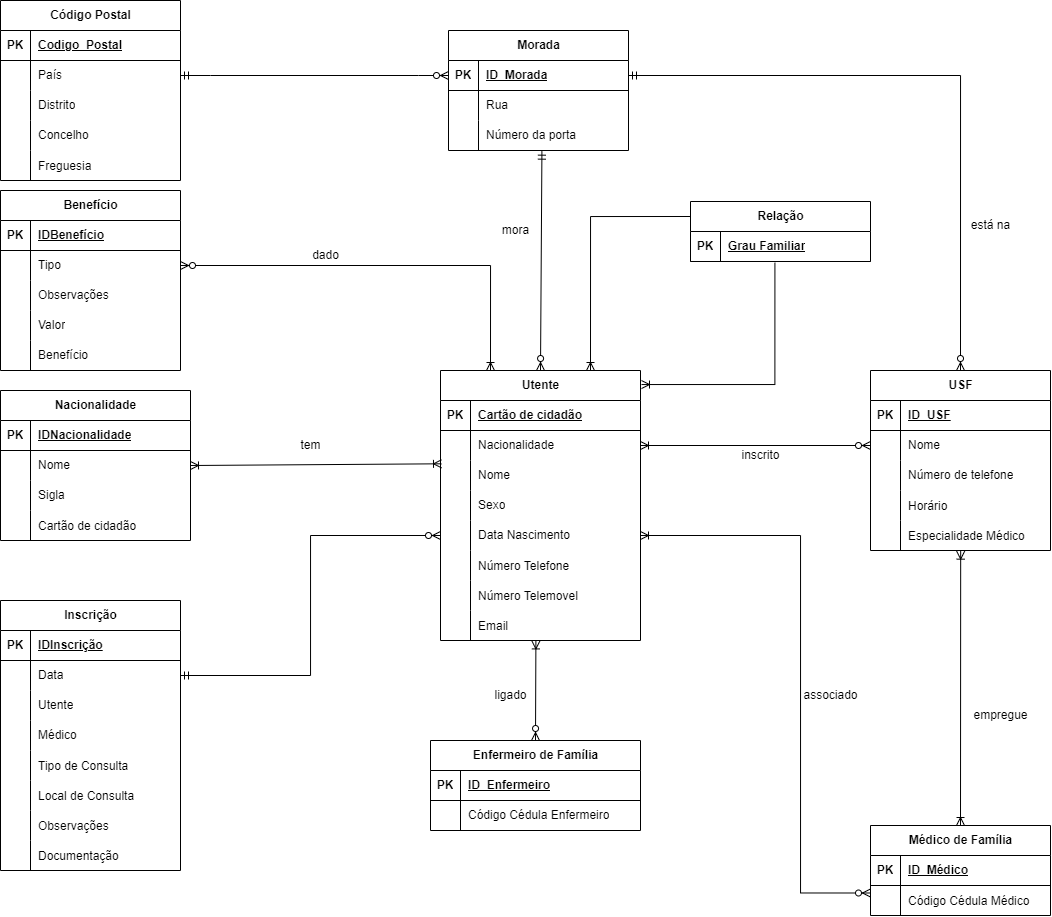
xaloftal/RCE keeps this draw.io diagram as Diagramas/ER/RNU_ER.png. Above is the earlier version. Source tidied: cells renumbered, new cells last; positions are measured from the earlier drawing's top-left corner, leaving out a move shared by most shapes.
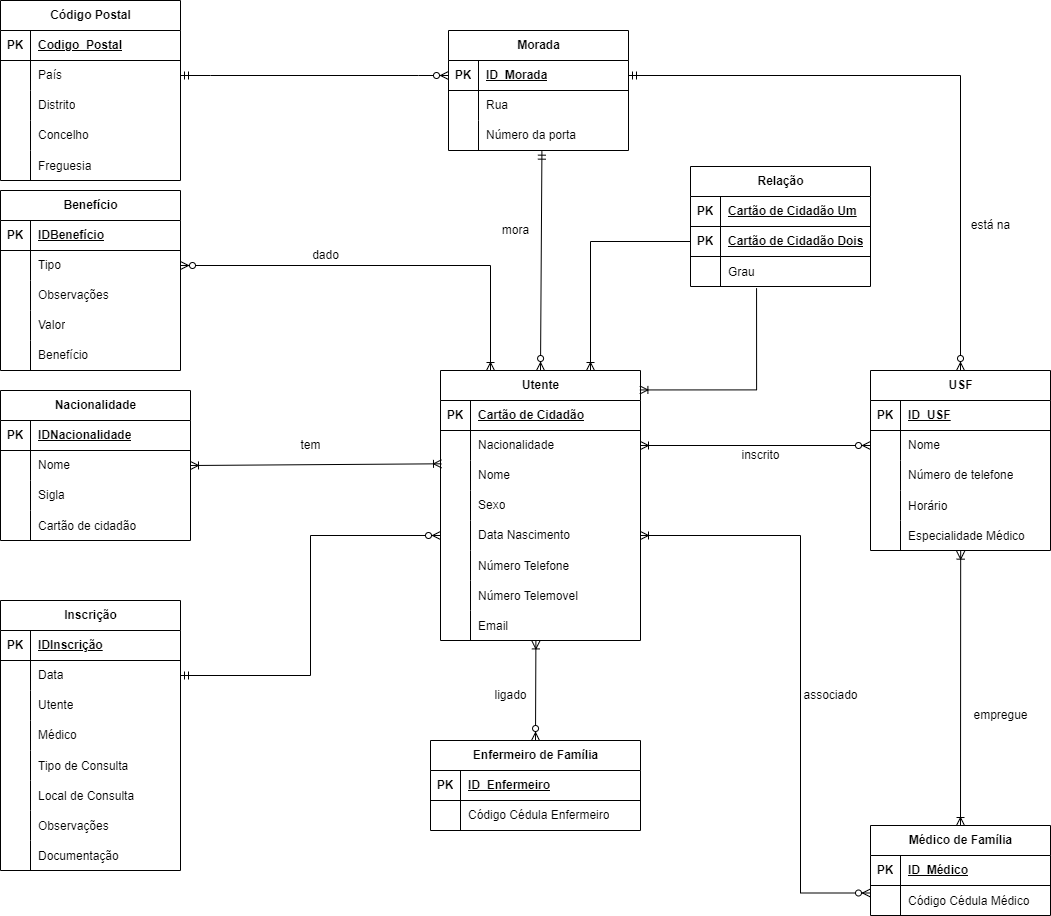
After the change.

The edit, as a diff of the source:
```diff
@@ -11,7 +11,7 @@
     <mxCell id="4" value="PK" style="shape=partialRectangle;fillColor=none;top=0;left=0;bottom=0;right=0;fontStyle=1;overflow=hidden;whiteSpace=wrap;html=1;" parent="3" vertex="1">
       <mxGeometry width="30" height="30" as="geometry" />
     </mxCell>
-    <mxCell id="5" value="Cartão de cidadão" style="shape=partialRectangle;fillColor=none;top=0;left=0;bottom=0;right=0;align=left;spacingLeft=6;fontStyle=5;overflow=hidden;whiteSpace=wrap;html=1;" parent="3" vertex="1">
+    <mxCell id="5" value="Cartão de Cidadão" style="shape=partialRectangle;fillColor=none;top=0;left=0;bottom=0;right=0;align=left;spacingLeft=6;fontStyle=5;overflow=hidden;whiteSpace=wrap;html=1;" parent="3" vertex="1">
       <mxGeometry x="30" width="170" height="30" as="geometry" />
     </mxCell>
     <mxCell id="6" style="shape=tableRow;horizontal=0;startSize=0;swimlaneHead=0;swimlaneBody=0;fillColor=none;points=[[0,0.5],[1,0.5]];portConstraint=eastwest;top=0;left=0;right=0;bottom=0;" parent="2" vertex="1">
@@ -467,26 +467,44 @@
       <mxGeometry relative="1" as="geometry" />
     </mxCell>
     <mxCell id="155" value="Relação" style="shape=table;startSize=30;rowLines=0;fontStyle=1;align=center;html=1;" parent="1" vertex="1">
-      <mxGeometry x="690" y="201" width="180" height="60" as="geometry" />
+      <mxGeometry x="690" y="166" width="180" height="120" as="geometry" />
     </mxCell>
+    <mxCell id="161" style="shape=tableRow;horizontal=0;startSize=0;swimlaneHead=0;swimlaneBody=0;fillColor=none;top=0;left=0;right=0;bottom=1;" parent="155" vertex="1">
+      <mxGeometry y="30" width="180" height="30" as="geometry" />
+    </mxCell>
+    <mxCell id="162" value="PK" style="shape=partialRectangle;fillColor=none;top=0;left=0;bottom=0;right=0;fontStyle=1;overflow=hidden;whiteSpace=wrap;html=1;" parent="161" vertex="1">
+      <mxGeometry width="30" height="30" as="geometry" />
+    </mxCell>
+    <mxCell id="163" value="Cartão de Cidadão Um" style="shape=partialRectangle;fillColor=none;top=0;left=0;bottom=0;right=0;align=left;spacingLeft=6;fontStyle=5;overflow=hidden;whiteSpace=wrap;html=1;" parent="161" vertex="1">
+      <mxGeometry x="30" width="150" height="30" as="geometry" />
+    </mxCell>
     <mxCell id="156" style="shape=tableRow;horizontal=0;startSize=0;swimlaneHead=0;swimlaneBody=0;fillColor=none;points=[[0,0.5],[1,0.5]];portConstraint=eastwest;top=0;left=0;right=0;bottom=1;" parent="155" vertex="1">
-      <mxGeometry y="30" width="180" height="30" as="geometry" />
+      <mxGeometry y="60" width="180" height="30" as="geometry" />
     </mxCell>
     <mxCell id="157" value="PK" style="shape=partialRectangle;fillColor=none;top=0;left=0;bottom=0;right=0;fontStyle=1;overflow=hidden;whiteSpace=wrap;html=1;" parent="156" vertex="1">
       <mxGeometry width="30" height="30" as="geometry" />
     </mxCell>
-    <mxCell id="158" value="Grau Familiar" style="shape=partialRectangle;fillColor=none;top=0;left=0;bottom=0;right=0;align=left;spacingLeft=6;fontStyle=5;overflow=hidden;whiteSpace=wrap;html=1;" parent="156" vertex="1">
+    <mxCell id="158" value="Cartão de Cidadão Dois" style="shape=partialRectangle;fillColor=none;top=0;left=0;bottom=0;right=0;align=left;spacingLeft=6;fontStyle=5;overflow=hidden;whiteSpace=wrap;html=1;" parent="156" vertex="1">
       <mxGeometry x="30" width="150" height="30" as="geometry" />
     </mxCell>
+    <mxCell id="164" style="shape=tableRow;horizontal=0;startSize=0;swimlaneHead=0;swimlaneBody=0;fillColor=none;points=[[0,0.5],[1,0.5]];portConstraint=eastwest;top=0;left=0;right=0;bottom=0;" parent="155" vertex="1">
+      <mxGeometry y="90" width="180" height="30" as="geometry" />
+    </mxCell>
+    <mxCell id="165" style="shape=partialRectangle;fillColor=none;top=0;left=0;bottom=0;right=0;overflow=hidden;" parent="164" vertex="1">
+      <mxGeometry width="30" height="30" as="geometry" />
+    </mxCell>
+    <mxCell id="166" value="Grau" style="shape=partialRectangle;fillColor=none;top=0;left=0;bottom=0;right=0;align=left;spacingLeft=6;overflow=hidden;" parent="164" vertex="1">
+      <mxGeometry x="30" width="150" height="30" as="geometry" />
+    </mxCell>
-    <mxCell id="159" style="edgeStyle=orthogonalEdgeStyle;fontSize=12;html=1;endArrow=ERoneToMany;rounded=0;entryX=0.75;entryY=0;entryDx=0;entryDy=0;exitX=0;exitY=0.25;exitDx=0;exitDy=0;" parent="1" edge="1" source="155" target="2">
+    <mxCell id="159" style="edgeStyle=orthogonalEdgeStyle;fontSize=12;html=1;endArrow=ERoneToMany;rounded=0;entryX=0.75;entryY=0;entryDx=0;entryDy=0;exitX=0;exitY=0.5;exitDx=0;exitDy=0;" parent="1" edge="1" source="156" target="2">
       <mxGeometry relative="1" as="geometry" />
     </mxCell>
-    <mxCell id="160" style="edgeStyle=orthogonalEdgeStyle;fontSize=12;html=1;endArrow=ERoneToMany;rounded=0;entryX=1.005;entryY=0.052;entryDx=0;entryDy=0;exitX=0.469;exitY=1.042;exitDx=0;exitDy=0;exitPerimeter=0;entryPerimeter=0;" parent="1" edge="1" source="156" target="2">
-      <mxGeometry relative="1" as="geometry">
-        <Array as="points">
-          <mxPoint x="774" y="384" />
-        </Array>
-      </mxGeometry>
-    </mxCell>
+    <mxCell id="167" style="edgeStyle=orthogonalEdgeStyle;fontSize=12;html=1;endArrow=ERoneToMany;rounded=0;entryX=0.997;entryY=0.072;entryDx=0;entryDy=0;exitX=0.367;exitY=1.056;exitDx=0;exitDy=0;entryPerimeter=0;exitPerimeter=0;" parent="1" edge="1" source="164" target="2">
+      <mxGeometry relative="1" as="geometry">
+        <Array as="points">
+          <mxPoint x="756" y="389" />
+        </Array>
+      </mxGeometry>
+    </mxCell>
   </root>
 </mxGraphModel>
```
